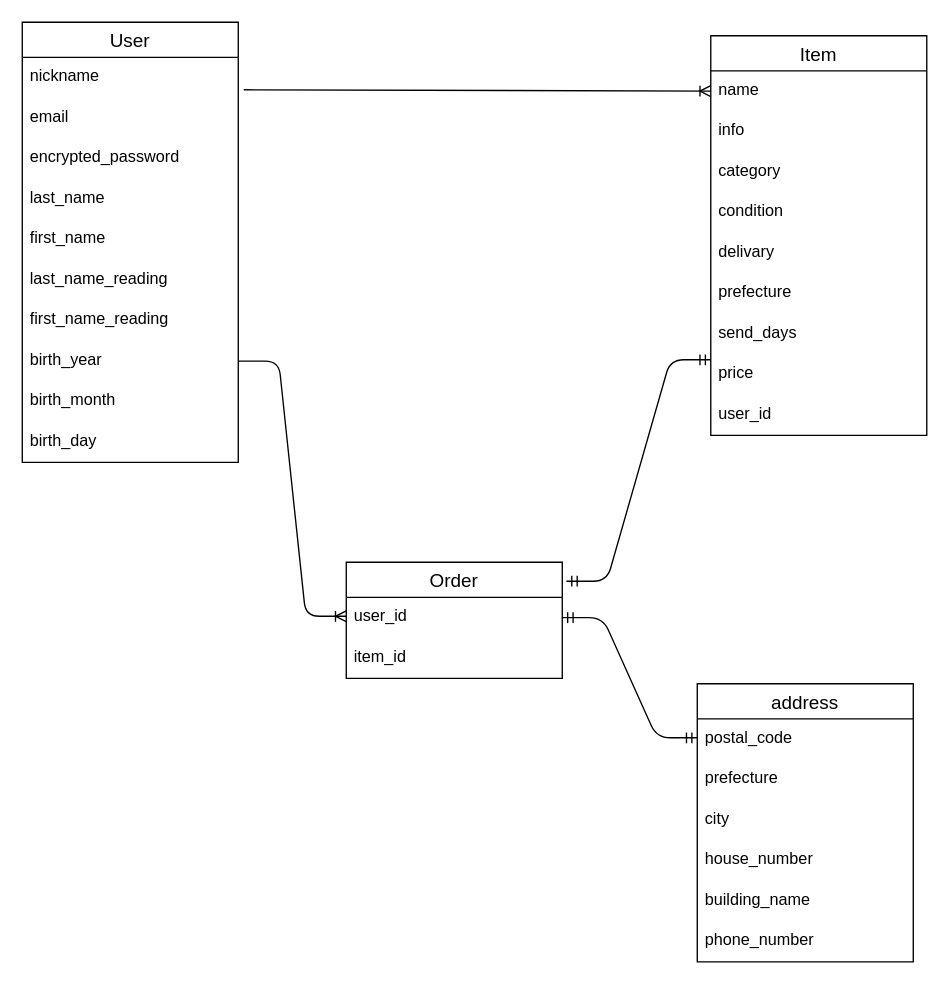
Before: ER.dio in AyumuKojima/furima-37277, a draw.io diagram. Source tidied: cells renumbered, new cells numbered last; positions are measured from the earlier drawing's top-left corner, leaving out a move shared by most shapes. Both pictures are drawn from the tidied source at 135%, with x=0, y=0 at pixel (22, 22).
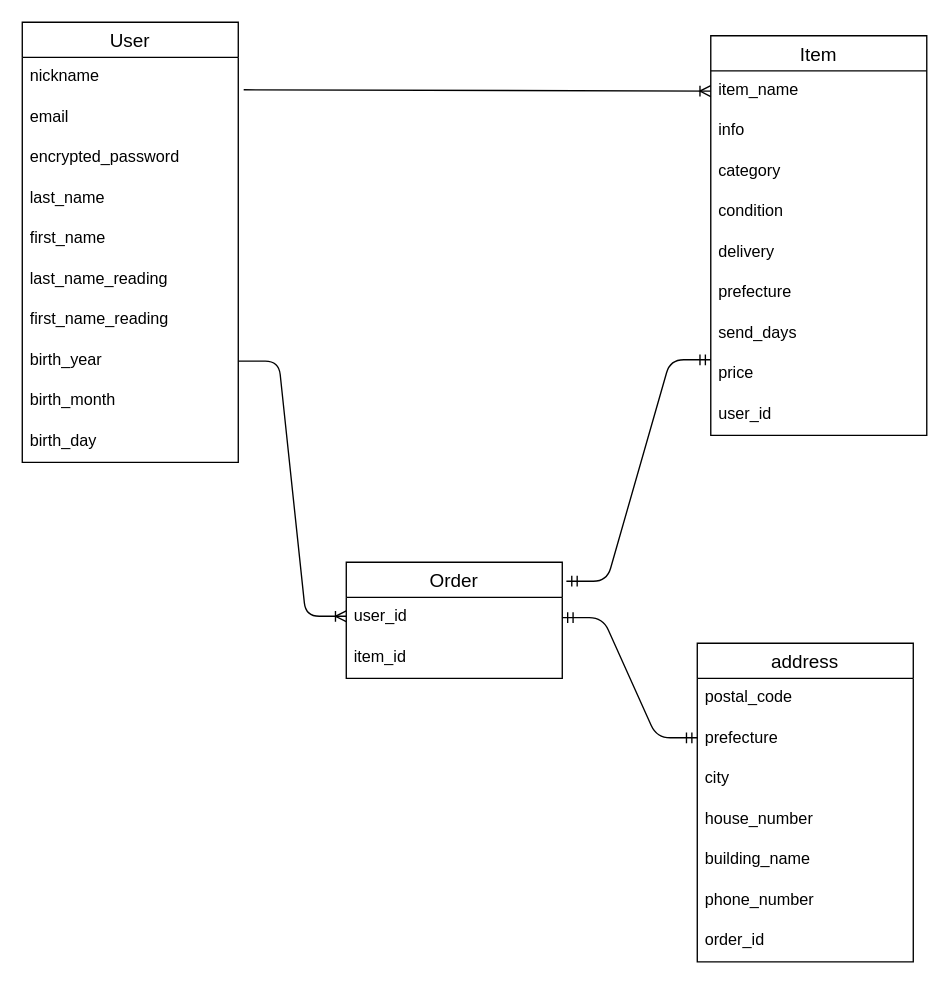
The same diagram, later.

The change refers to these unchanged cells:
```xml
<mxCell id="13" value="Item" style="swimlane;fontStyle=0;horizontal=1;startSize=26;align=center;fontSize=14;" parent="1" vertex="1">
  <mxGeometry x="510" y="10" width="160" height="296" as="geometry" />
</mxCell>
```

What changed in the source:
```diff
@@
-    <mxCell id="14" value="name" style="text;strokeColor=none;fillColor=none;spacingLeft=4;spacingRight=4;overflow=hidden;points=[[0,0.5],[1,0.5]];portConstraint=eastwest;fontSize=12;" parent="13" vertex="1">
+    <mxCell id="14" value="item_name" style="text;strokeColor=none;fillColor=none;spacingLeft=4;spacingRight=4;overflow=hidden;points=[[0,0.5],[1,0.5]];portConstraint=eastwest;fontSize=12;" parent="13" vertex="1">
       <mxGeometry y="26" width="160" height="30" as="geometry" />
     </mxCell>
@@
-    <mxCell id="18" value="delivary" style="text;strokeColor=none;fillColor=none;spacingLeft=4;spacingRight=4;overflow=hidden;fontSize=12;" parent="13" vertex="1">
+    <mxCell id="18" value="delivery" style="text;strokeColor=none;fillColor=none;spacingLeft=4;spacingRight=4;overflow=hidden;fontSize=12;" parent="13" vertex="1">
       <mxGeometry y="146" width="160" height="30" as="geometry" />
     </mxCell>
@@
     <mxCell id="26" value="address" style="swimlane;fontStyle=0;horizontal=1;startSize=26;align=center;fontSize=14;" parent="1" vertex="1">
-      <mxGeometry x="500" y="490" width="160" height="206" as="geometry" />
+      <mxGeometry x="500" y="460" width="160" height="236" as="geometry" />
     </mxCell>
@@
+    <mxCell id="37" value="order_id" style="text;strokeColor=none;fillColor=none;spacingLeft=4;spacingRight=4;overflow=hidden;fontSize=12;" parent="26" vertex="1">
+      <mxGeometry y="206" width="160" height="30" as="geometry" />
+    </mxCell>
```
